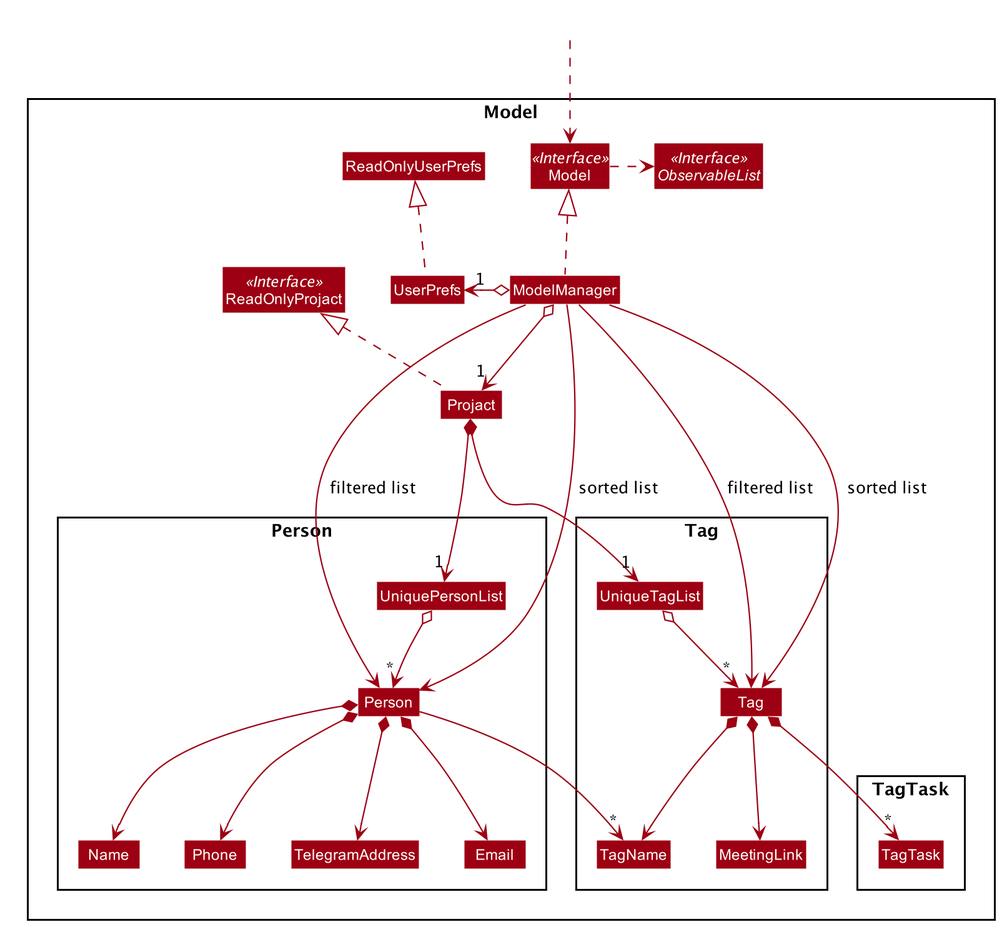
This is docs/images/ModelClassDiagram.png from siqiang-ng/tp, a PlantUML export, as it was before one commit.
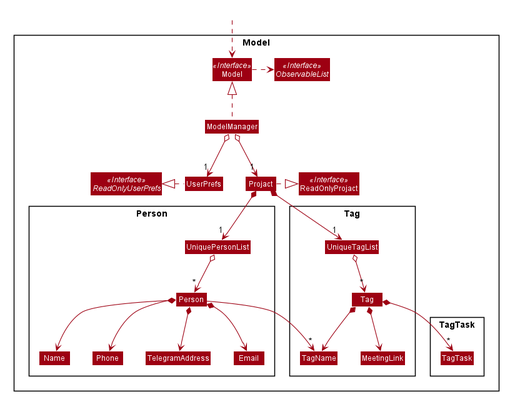
After the change.

Change to the diagram source:
```diff
@@ -55,12 +55,12 @@
 Interface ReadOnlyProjact <<Interface>>
 Interface Model <<Interface>>
 Interface ObservableList <<Interface>>
+Interface ReadOnlyUserPrefs <<Interface>>
 Class Projact
 Class ReadOnlyProjact
 Class Model
 Class ModelManager
 Class UserPrefs
-Class ReadOnlyUserPrefs
 
 Package Person\n {
 Class Person
@@ -86,13 +86,13 @@
 Class HiddenOutside #FFFFFF
 HiddenOutside ..> Model
 
-Projact .up.|> ReadOnlyProjact
+Projact .right.|> ReadOnlyProjact
 
 ModelManager .up.|> Model
 Model .right.> ObservableList
-ModelManager o--> "1" Projact
-ModelManager o-left-> "1" UserPrefs
-UserPrefs .up.|> ReadOnlyUserPrefs
+ModelManager o-down-> "1" Projact
+ModelManager o-down-> "1" UserPrefs
+UserPrefs .left.|> ReadOnlyUserPrefs
 
 Projact *--> "1" UniquePersonList
 UniquePersonList o--> "*" Person
@@ -112,12 +112,4 @@
 Tag *--> MeetingLink
 Tag *--> "*" TagTask
 
-
-ModelManager --> Person : \n sorted list
-ModelManager --> Person : \nfiltered list\t
-
-ModelManager --> Tag : \n filtered list
-ModelManager --> Tag : \n  sorted list
-
-
 @enduml
```
